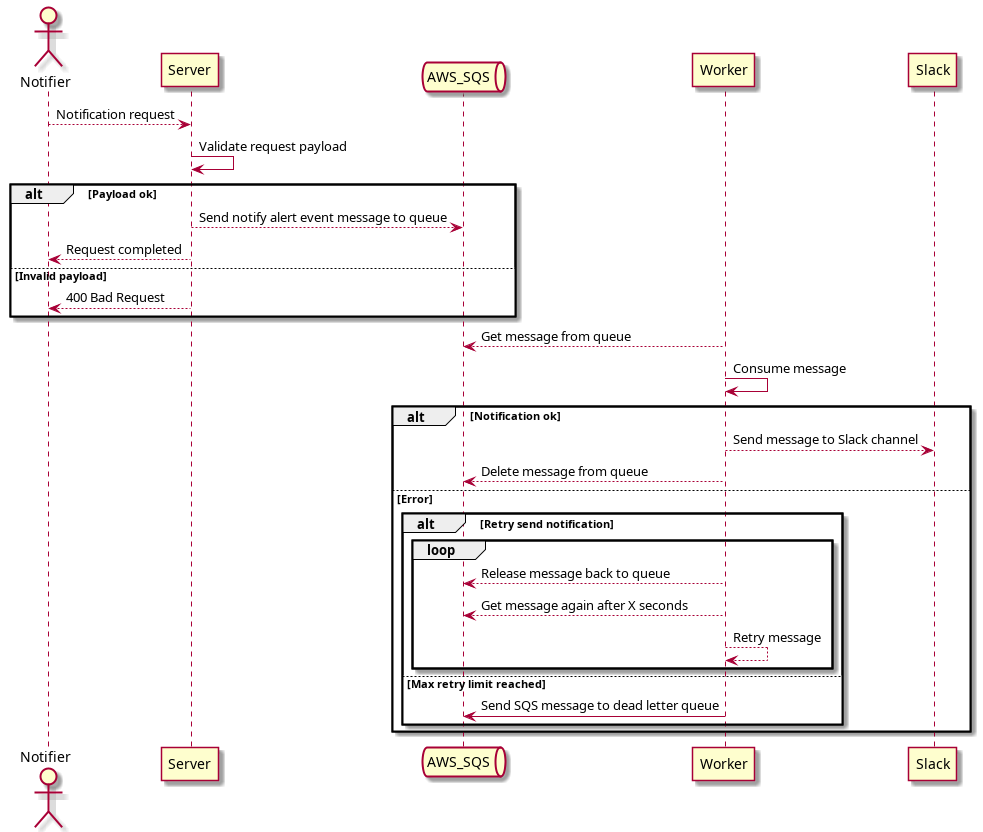
rellyson/ifood-challenge keeps this PlantUML diagram as assets/notify-alert-sequence.png. Above is the earlier version.
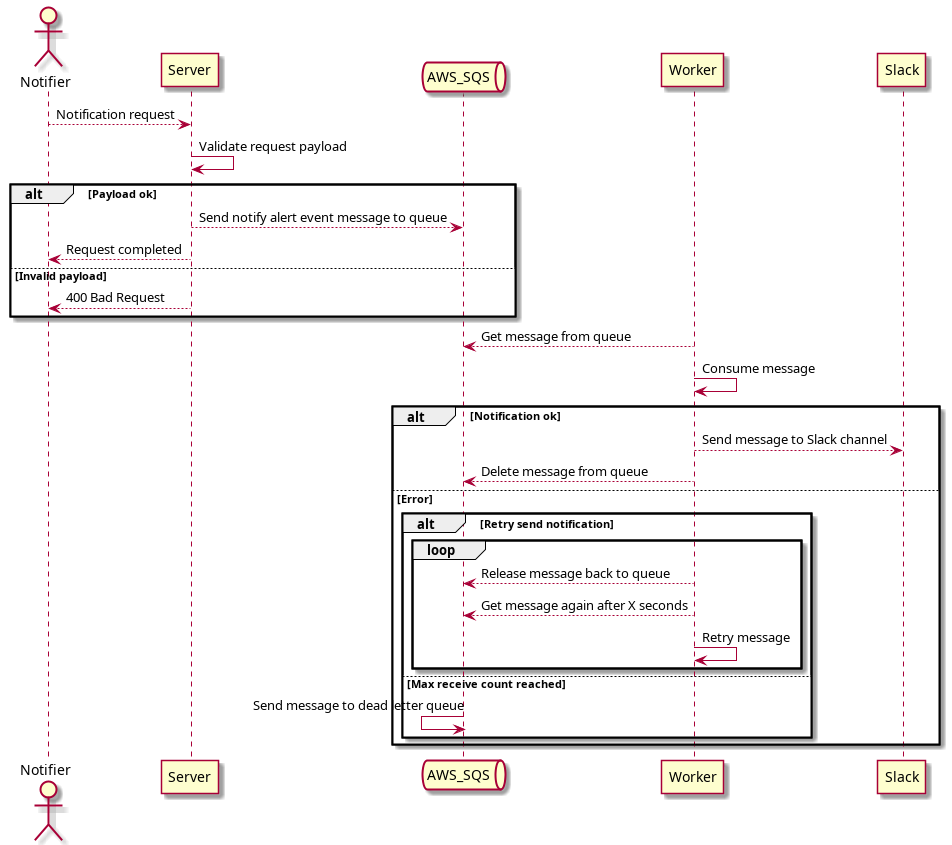
After the change.

Commit message:
alert diagram sqs retry updated

What changed in the source:
```diff
@@ -27,10 +27,10 @@
             loop
                 sqs <-- wk: Release message back to queue
                 sqs <-- wk: Get message again after X seconds
-                wk --> wk: Retry message
+                wk -> wk: Retry message
             end
-        else Max retry limit reached
-            sqs <- wk: Send SQS message to dead letter queue
+        else Max receive count reached
+            sqs <- sqs: Send message to dead letter queue
     end
 end
 
```
